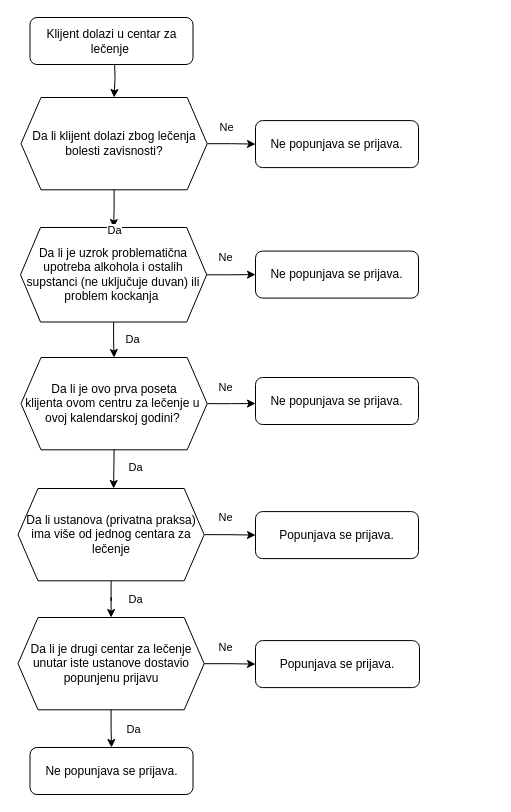
Before: flowChart202304151101.drawio.xml in AleksandarMedarevic/tdi_flowchart_addiction_registry, a draw.io diagram. Source tidied: cells renumbered, new cells numbered last; positions are measured from the earlier drawing's top-left corner, leaving out a move shared by most shapes. Both pictures are drawn from the tidied source at 100%, with x=0, y=0 at pixel (18, 17).
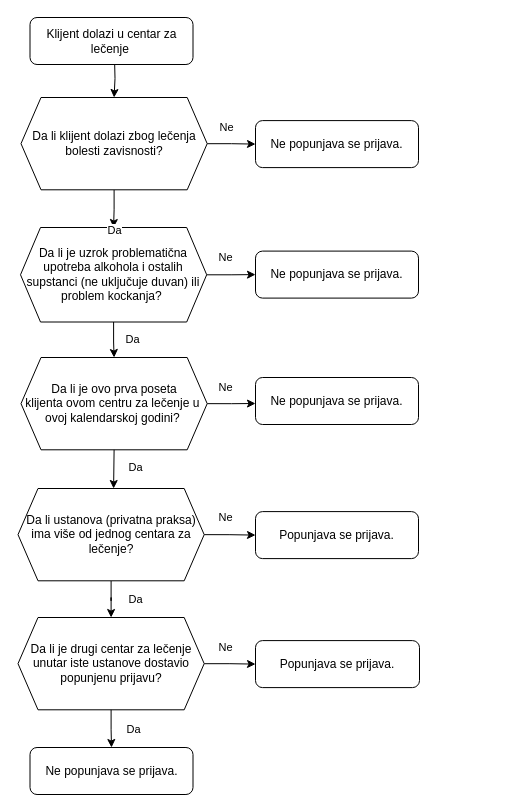
The same diagram, later.

The change refers to these unchanged cells:
```xml
<mxCell id="6" style="group;" parent="1" vertex="1">
  <mxGeometry x="-0.5" y="471" width="476" height="221.3" as="geometry" />
</mxCell>
<mxCell id="17" style="group;" parent="16" vertex="1">
  <mxGeometry width="471" height="150" as="geometry" />
</mxCell>
```

What changed in the source:
```diff
@@
-    <mxCell id="10" value="Da li ustanova (privatna praksa) ima više od jednog centara za lečenje" style="shape=hexagon;perimeter=hexagonPerimeter2;whiteSpace=wrap;html=1;fixedSize=1;" parent="6" vertex="1">
+    <mxCell id="10" value="Da li ustanova (privatna praksa) ima više od jednog centara za lečenje?" style="shape=hexagon;perimeter=hexagonPerimeter2;whiteSpace=wrap;html=1;fixedSize=1;" parent="6" vertex="1">
       <mxGeometry width="186.2" height="92.3" as="geometry" />
     </mxCell>
@@
-    <mxCell id="14" value="Da li je drugi centar za lečenje unutar iste ustanove dostavio popunjenu prijavu" style="shape=hexagon;perimeter=hexagonPerimeter2;whiteSpace=wrap;html=1;fixedSize=1;" parent="6" vertex="1">
+    <mxCell id="14" value="Da li je drugi centar za lečenje unutar iste ustanove dostavio popunjenu prijavu?" style="shape=hexagon;perimeter=hexagonPerimeter2;whiteSpace=wrap;html=1;fixedSize=1;" parent="6" vertex="1">
       <mxGeometry y="129" width="186.2" height="92.3" as="geometry" />
     </mxCell>
@@
-    <mxCell id="19" value="Da li je uzrok problematična upotreba alkohola i ostalih supstanci (ne uključuje duvan) ili problem kockanja&amp;nbsp;" style="shape=hexagon;perimeter=hexagonPerimeter2;whiteSpace=wrap;html=1;fixedSize=1;" parent="17" vertex="1">
+    <mxCell id="19" value="Da li je uzrok problematična upotreba alkohola i ostalih supstanci (ne uključuje duvan) ili problem kockanja?&amp;nbsp;" style="shape=hexagon;perimeter=hexagonPerimeter2;whiteSpace=wrap;html=1;fixedSize=1;" parent="17" vertex="1">
       <mxGeometry width="186.2" height="94.5" as="geometry" />
     </mxCell>
```
